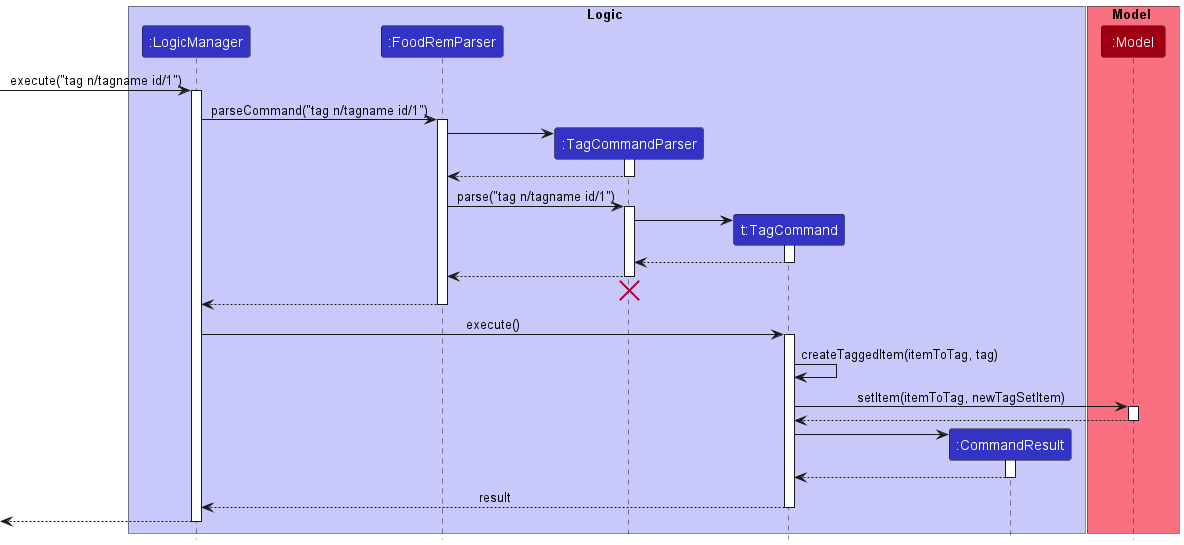
This is docs/images/TagSequenceDiagram.png from nus-cs2103-AY2223S1/tp, a PlantUML export, as it was before one commit.
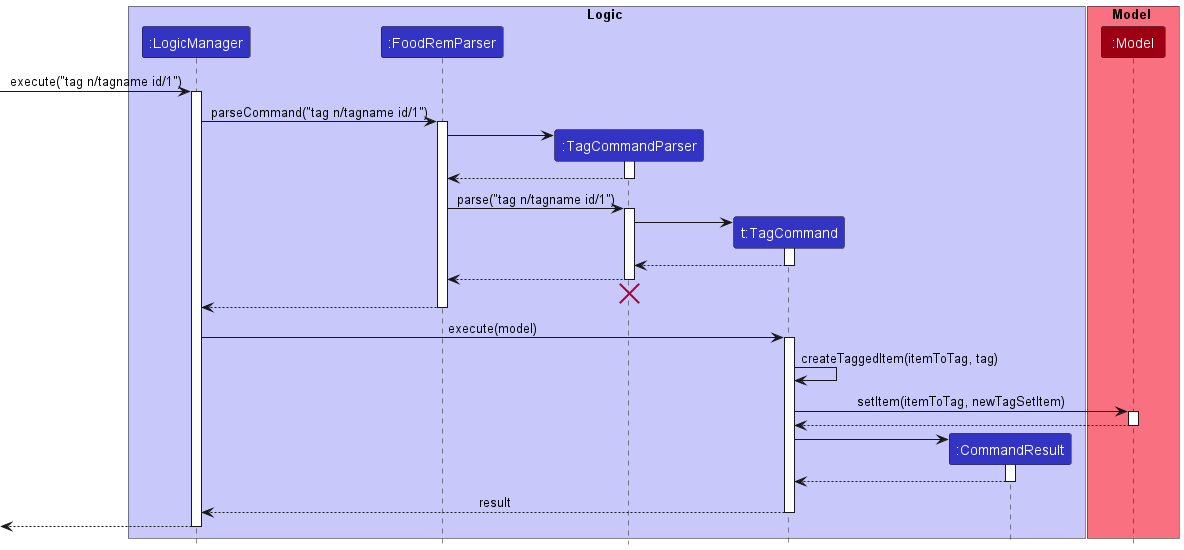
The same file after the commit.

Commit message:
Update UML diagram images

Diff of the diagram source:
```diff
@@ -44,7 +44,7 @@
 FoodRemParser --> LogicManager :
 deactivate FoodRemParser
 
-LogicManager -> TagCommand : execute()
+LogicManager -> TagCommand : execute(model)
 activate TagCommand
 
 TagCommand -> TagCommand : createTaggedItem(itemToTag, tag)
```
